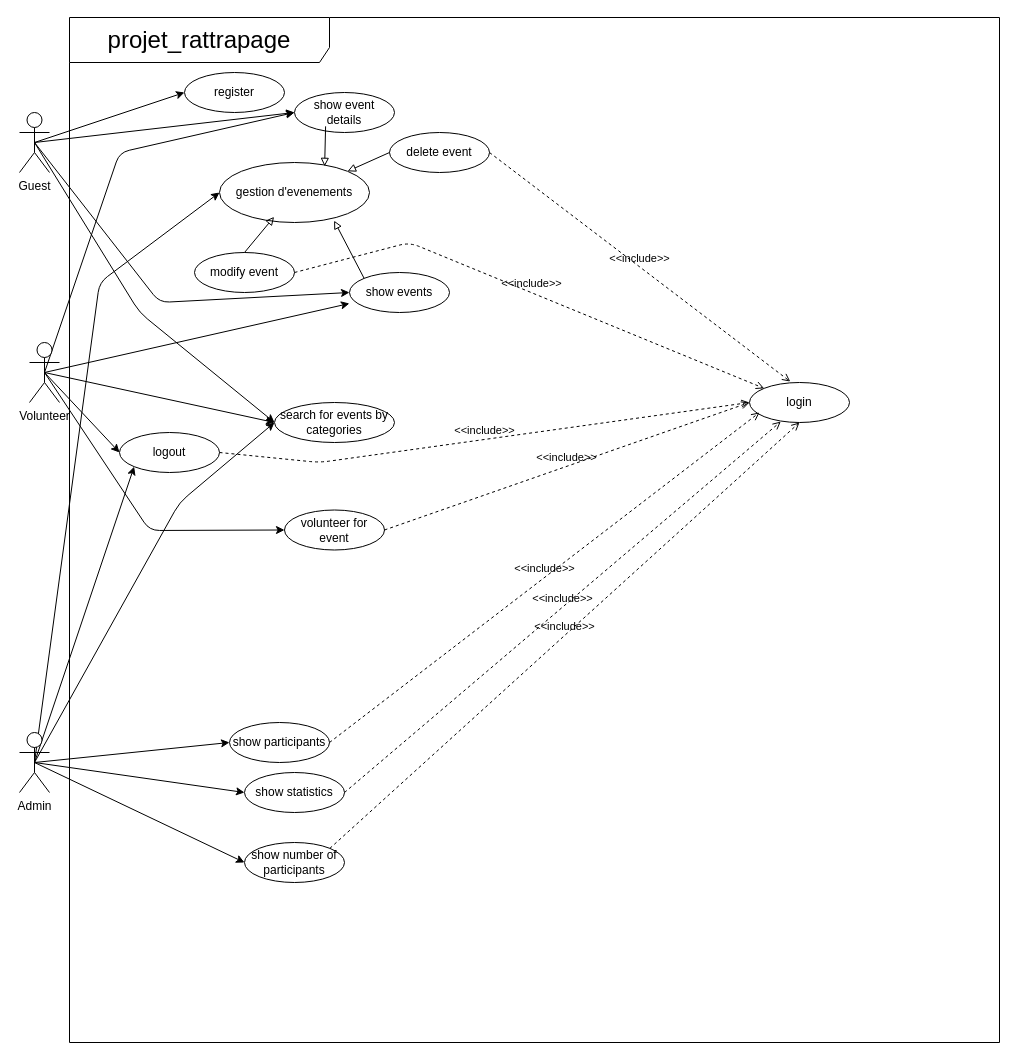
The draw.io diagram projet_rattrapage/diagrammes/dgm_use_case.drawio in Ammar-Kasimi/projet_rattrapage, before the edit. Source tidied: cells renumbered, new cells numbered last; positions are measured from the earlier drawing's top-left corner, leaving out a move shared by most shapes. Both pictures are drawn from the tidied source at 100%, with x=0, y=0 at pixel (19, 17).
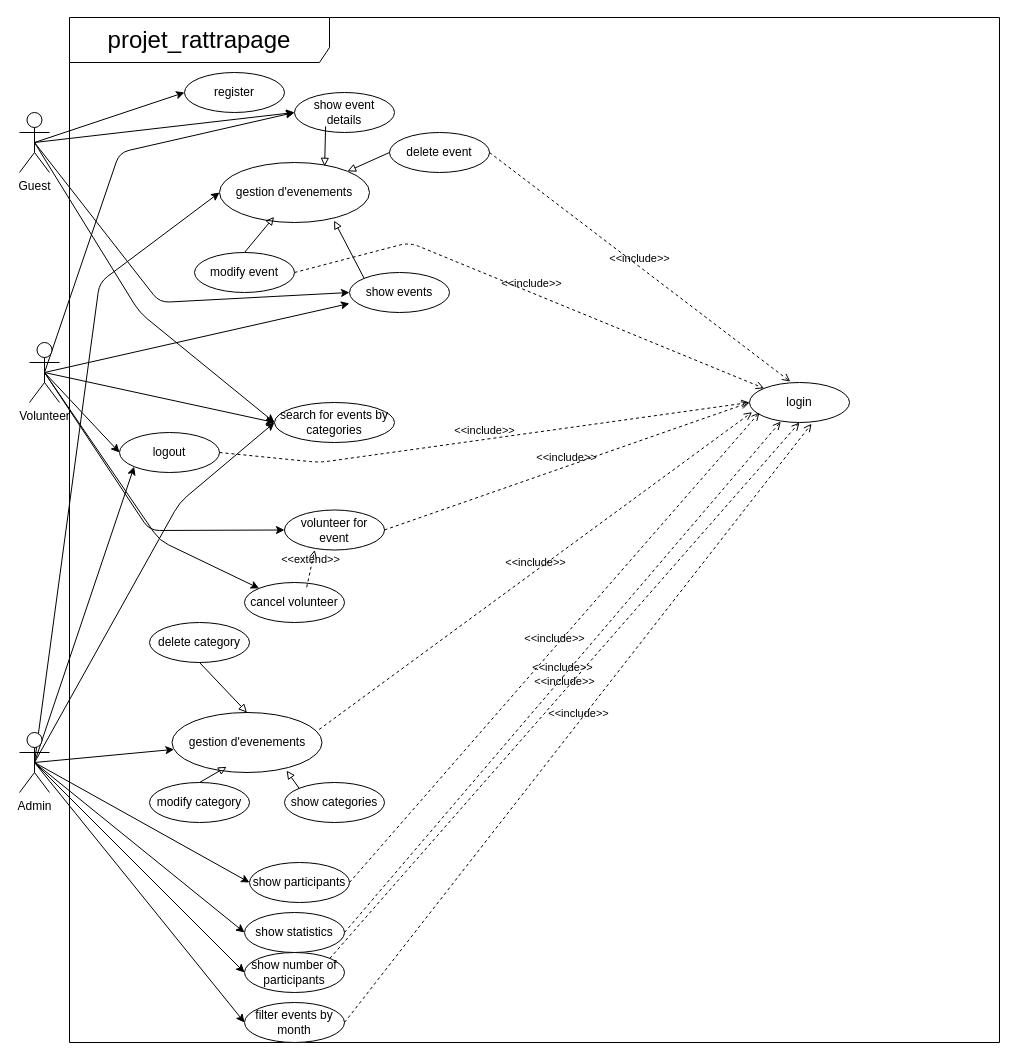
Above is the later version.

The change refers to these unchanged cells:
```xml
<mxCell id="7" value="Volunteer" style="shape=umlActor;verticalLabelPosition=bottom;verticalAlign=top;html=1;" parent="1" vertex="1">
  <mxGeometry x="10" y="325" width="30" height="60" as="geometry" />
</mxCell>
<mxCell id="19" value="Admin" style="shape=umlActor;verticalLabelPosition=bottom;verticalAlign=top;html=1;" parent="1" vertex="1">
  <mxGeometry y="715" width="30" height="60" as="geometry" />
</mxCell>
<mxCell id="20" value="login" style="ellipse;whiteSpace=wrap;html=1;" parent="1" vertex="1">
  <mxGeometry x="730" y="365" width="100" height="40" as="geometry" />
</mxCell>
<mxCell id="30" value="volunteer for event" style="ellipse;whiteSpace=wrap;html=1;" parent="1" vertex="1">
  <mxGeometry x="265" y="492.5" width="100" height="40" as="geometry" />
</mxCell>
```

What changed in the source:
```diff
@@
+    <mxCell id="45" style="edgeStyle=none;html=1;exitX=0.5;exitY=0.5;exitDx=0;exitDy=0;exitPerimeter=0;entryX=0;entryY=0.5;entryDx=0;entryDy=0;" parent="1" edge="1" source="19" target="47">
+      <mxGeometry relative="1" as="geometry" />
+    </mxCell>
+    <mxCell id="46" style="edgeStyle=none;html=1;exitX=0.5;exitY=0.5;exitDx=0;exitDy=0;exitPerimeter=0;" parent="1" edge="1" source="19" target="52">
+      <mxGeometry relative="1" as="geometry" />
+    </mxCell>
@@
     <mxCell id="27" value="show participants" style="ellipse;whiteSpace=wrap;html=1;" parent="1" vertex="1">
-      <mxGeometry x="210" y="705" width="100" height="40" as="geometry" />
+      <mxGeometry x="230" y="845" width="100" height="40" as="geometry" />
     </mxCell>
     <mxCell id="28" value="show number of participants" style="ellipse;whiteSpace=wrap;html=1;" parent="1" vertex="1">
-      <mxGeometry x="225" y="825" width="100" height="40" as="geometry" />
+      <mxGeometry x="225" y="935" width="100" height="40" as="geometry" />
     </mxCell>
@@
     <mxCell id="32" value="show statistics" style="ellipse;whiteSpace=wrap;html=1;" parent="1" vertex="1">
-      <mxGeometry x="225" y="755" width="100" height="40" as="geometry" />
+      <mxGeometry x="225" y="895" width="100" height="40" as="geometry" />
     </mxCell>
@@
+    <mxCell id="47" value="filter events by month" style="ellipse;whiteSpace=wrap;html=1;" parent="1" vertex="1">
+      <mxGeometry x="225" y="985" width="100" height="40" as="geometry" />
+    </mxCell>
+    <mxCell id="48" value="&amp;lt;&amp;lt;include&amp;gt;&amp;gt;" style="html=1;verticalAlign=bottom;labelBackgroundColor=none;endArrow=open;endFill=0;dashed=1;exitX=1;exitY=0.5;exitDx=0;exitDy=0;entryX=0.621;entryY=1.031;entryDx=0;entryDy=0;entryPerimeter=0;" parent="1" edge="1" source="47" target="20">
+      <mxGeometry relative="1" as="geometry" />
+    </mxCell>
+    <mxCell id="49" value="cancel volunteer" style="ellipse;whiteSpace=wrap;html=1;" parent="1" vertex="1">
+      <mxGeometry x="225" y="565" width="100" height="40" as="geometry" />
+    </mxCell>
+    <mxCell id="50" style="edgeStyle=none;html=1;exitX=0.5;exitY=0.5;exitDx=0;exitDy=0;exitPerimeter=0;entryX=0;entryY=0;entryDx=0;entryDy=0;" parent="1" edge="1" source="7" target="49">
+      <mxGeometry relative="1" as="geometry">
+        <Array as="points">
+          <mxPoint x="140" y="523" />
+        </Array>
+      </mxGeometry>
+    </mxCell>
+    <mxCell id="51" value="&amp;lt;&amp;lt;extend&amp;gt;&amp;gt;" style="html=1;verticalAlign=bottom;labelBackgroundColor=none;endArrow=open;endFill=0;dashed=1;exitX=0.622;exitY=0.119;exitDx=0;exitDy=0;entryX=0.302;entryY=0.999;entryDx=0;entryDy=0;entryPerimeter=0;exitPerimeter=0;" parent="1" edge="1" source="49" target="30">
+      <mxGeometry relative="1" as="geometry" />
+    </mxCell>
+    <mxCell id="52" value="gestion d'evenements" style="ellipse;whiteSpace=wrap;html=1;" parent="1" vertex="1">
+      <mxGeometry x="152.5" y="695" width="150" height="60" as="geometry" />
+    </mxCell>
+    <mxCell id="53" value="modify category" style="ellipse;whiteSpace=wrap;html=1;" parent="1" vertex="1">
+      <mxGeometry x="130" y="765" width="100" height="40" as="geometry" />
+    </mxCell>
+    <mxCell id="54" value="delete category" style="ellipse;whiteSpace=wrap;html=1;" parent="1" vertex="1">
+      <mxGeometry x="130" y="605" width="100" height="40" as="geometry" />
+    </mxCell>
+    <mxCell id="55" value="show categories" style="ellipse;whiteSpace=wrap;html=1;" parent="1" vertex="1">
+      <mxGeometry x="265" y="765" width="100" height="40" as="geometry" />
+    </mxCell>
+    <mxCell id="56" style="endArrow=block;html=1;rounded=0;align=center;verticalAlign=top;endFill=0;labelBackgroundColor=none;endSize=6;exitX=0;exitY=0;exitDx=0;exitDy=0;entryX=0.764;entryY=0.969;entryDx=0;entryDy=0;entryPerimeter=0;" parent="1" edge="1" source="55" target="52">
+      <mxGeometry relative="1" as="geometry" />
+    </mxCell>
+    <mxCell id="57" style="endArrow=block;html=1;rounded=0;align=center;verticalAlign=top;endFill=0;labelBackgroundColor=none;endSize=6;exitX=0.5;exitY=1;exitDx=0;exitDy=0;entryX=0.5;entryY=0;entryDx=0;entryDy=0;" parent="1" edge="1" source="54" target="52">
+      <mxGeometry relative="1" as="geometry" />
+    </mxCell>
+    <mxCell id="58" style="endArrow=block;html=1;rounded=0;align=center;verticalAlign=top;endFill=0;labelBackgroundColor=none;endSize=6;exitX=0.5;exitY=0;exitDx=0;exitDy=0;entryX=0.364;entryY=0.906;entryDx=0;entryDy=0;entryPerimeter=0;" parent="1" edge="1" source="53" target="52">
+      <mxGeometry relative="1" as="geometry" />
+    </mxCell>
+    <mxCell id="59" value="&amp;lt;&amp;lt;include&amp;gt;&amp;gt;" style="html=1;verticalAlign=bottom;labelBackgroundColor=none;endArrow=open;endFill=0;dashed=1;exitX=0.981;exitY=0.283;exitDx=0;exitDy=0;entryX=0.026;entryY=0.742;entryDx=0;entryDy=0;exitPerimeter=0;entryPerimeter=0;" parent="1" edge="1" source="52" target="20">
+      <mxGeometry relative="1" as="geometry" />
+    </mxCell>
```
